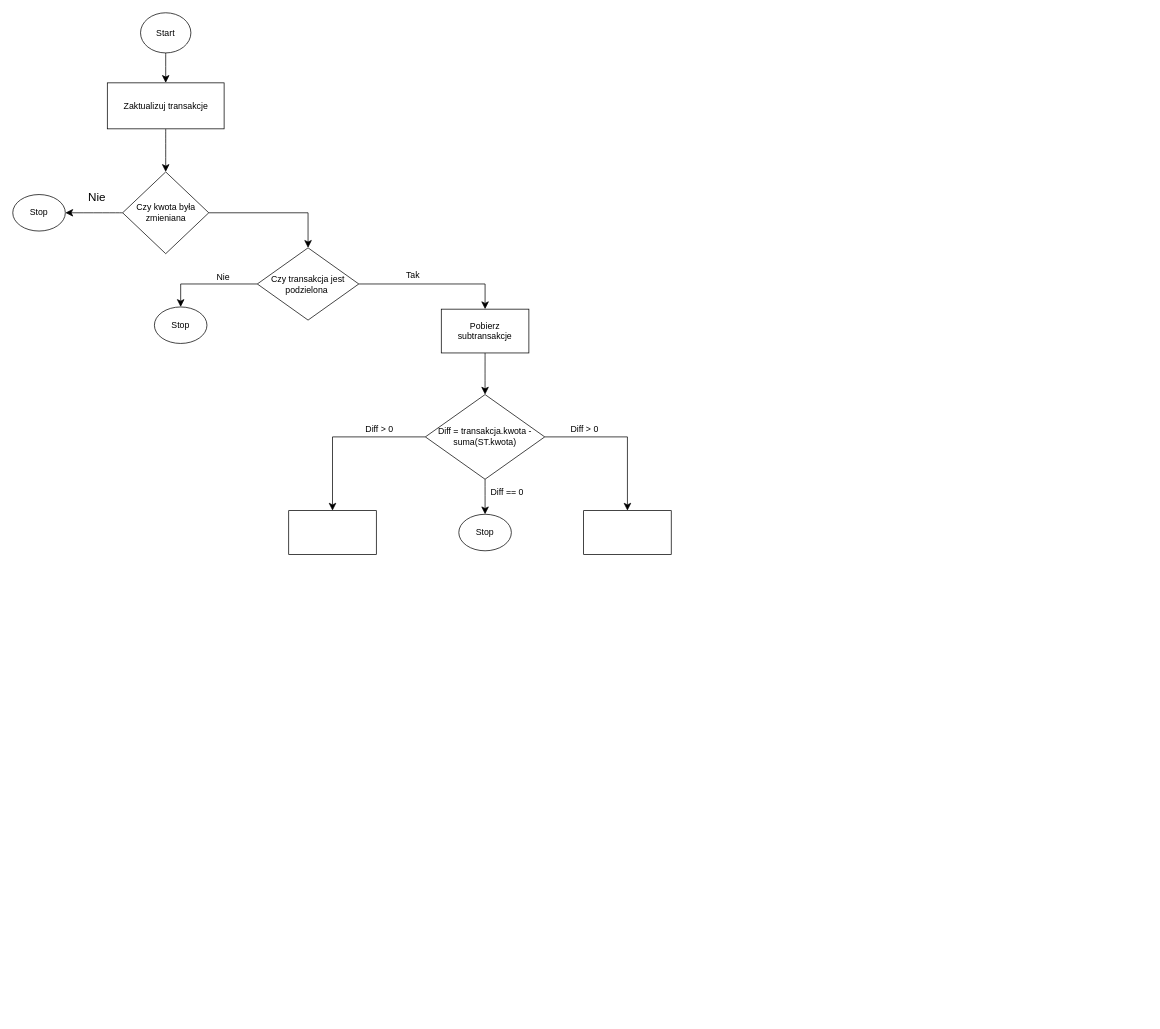
Earlier version of the draw.io diagram UpdateTransacion.drawio (Dymekk208j/Diagrams). Source tidied: cells renumbered, new cells numbered last; positions are measured from the earlier drawing's top-left corner, leaving out a move shared by most shapes. Both pictures are drawn from the tidied source at 73%, with x=0, y=0 at pixel (12, 12).
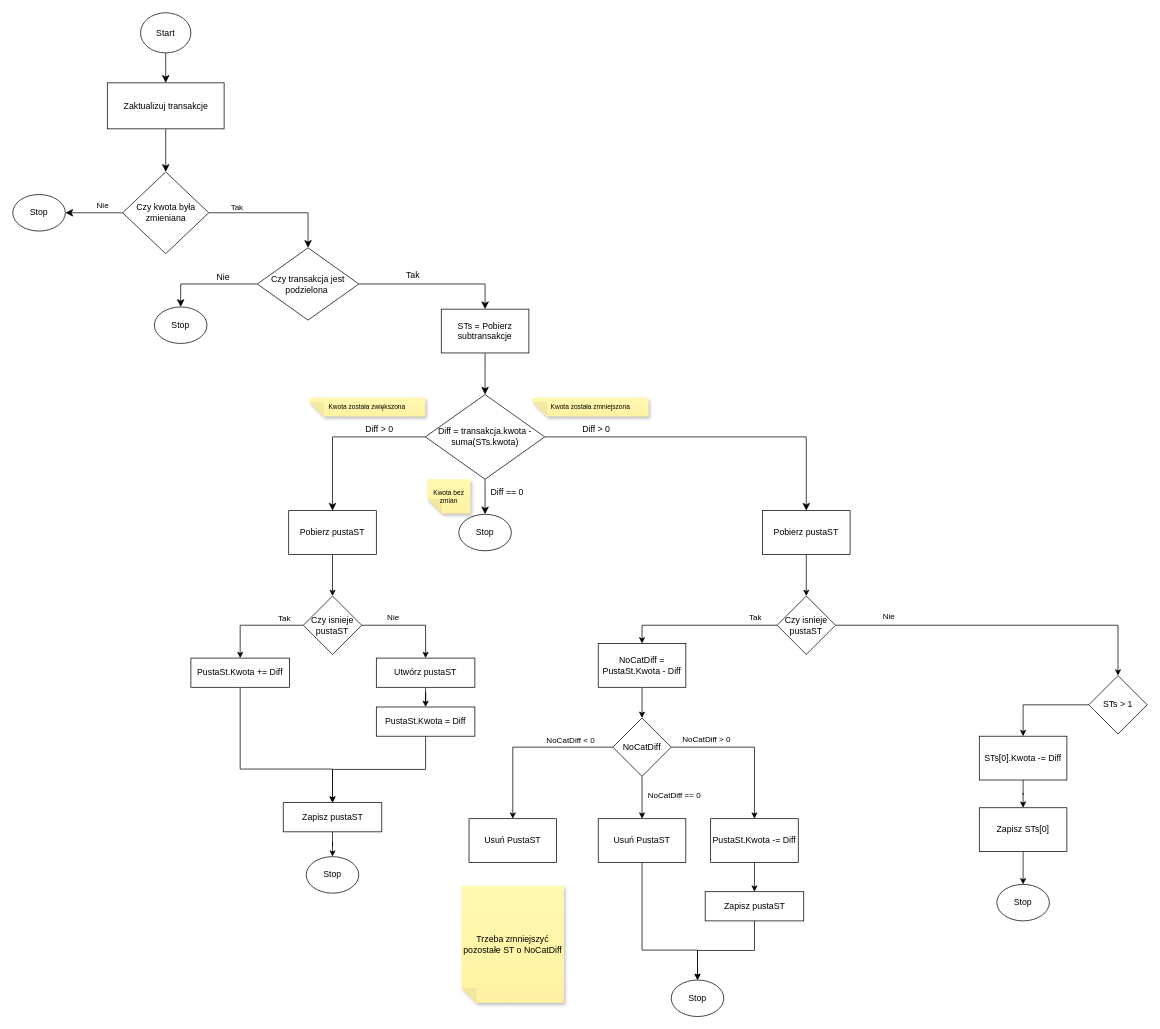
Above is the later version.

The change refers to these unchanged cells:
```xml
<mxCell id="6" style="edgeStyle=none;curved=1;rounded=0;jettySize=auto;html=1;fontSize=12;startSize=8;endSize=8;" parent="1" edge="1" source="8" target="9">
  <mxGeometry relative="1" as="geometry" />
</mxCell>
<mxCell id="7" style="edgeStyle=orthogonalEdgeStyle;rounded=0;jettySize=auto;html=1;entryX=0.5;entryY=0;entryDx=0;entryDy=0;fontSize=12;startSize=8;endSize=8;" parent="1" edge="1" source="8" target="15">
  <mxGeometry relative="1" as="geometry" />
</mxCell>
```

Diff of the diagram source:
```diff
@@
+    <mxCell id="29" value="Nie" style="edgeLabel;html=1;align=center;verticalAlign=middle;" parent="6" vertex="1">
+      <mxGeometry x="-0.24" y="-1" relative="1" as="geometry">
+        <mxPoint x="2" y="-10" as="offset" />
+      </mxGeometry>
+    </mxCell>
@@
+    <mxCell id="30" value="Tak" style="edgeLabel;html=1;align=center;verticalAlign=middle;" parent="7" vertex="1">
+      <mxGeometry x="-0.59" y="-1" relative="1" as="geometry">
+        <mxPoint y="-10" as="offset" />
+      </mxGeometry>
+    </mxCell>
@@
-    <mxCell id="10" value="Nie" style="text;html=1;align=center;verticalAlign=middle;strokeColor=none;fillColor=none;fontSize=16;" parent="1" vertex="1">
-      <mxGeometry x="94" y="237" width="42" height="31" as="geometry" />
-    </mxCell>
@@
-    <mxCell id="18" value="Pobierz subtransakcje" style="whiteSpace=wrap;html=1;" parent="1" vertex="1">
+    <mxCell id="18" value="STs = Pobierz subtransakcje" style="whiteSpace=wrap;html=1;" parent="1" vertex="1">
       <mxGeometry x="587" y="406" width="120" height="60" as="geometry" />
     </mxCell>
@@
-    <mxCell id="21" style="edgeStyle=orthogonalEdgeStyle;rounded=0;jettySize=auto;html=1;entryX=0.5;entryY=0;entryDx=0;entryDy=0;fontSize=12;startSize=8;endSize=8;" parent="1" edge="1" source="25" target="26">
+    <mxCell id="21" style="edgeStyle=orthogonalEdgeStyle;rounded=0;jettySize=auto;html=1;fontSize=12;startSize=8;endSize=8;entryX=0.5;entryY=0;entryDx=0;entryDy=0;" parent="1" edge="1" source="25" target="50">
       <mxGeometry relative="1" as="geometry" />
     </mxCell>
     <mxCell id="22" value="Diff &amp;gt; 0" style="edgeLabel;html=1;align=center;verticalAlign=middle;fontSize=12;" parent="21" vertex="1">
       <mxGeometry x="0.38" y="1" relative="1" as="geometry">
-        <mxPoint x="-61" y="-45" as="offset" />
+        <mxPoint x="-247" y="-10" as="offset" />
       </mxGeometry>
     </mxCell>
@@
-    <mxCell id="25" value="Diff = transakcja.kwota - suma(ST.kwota)" style="rhombus;whiteSpace=wrap;html=1;" parent="1" vertex="1">
+    <mxCell id="25" value="Diff = transakcja.kwota - suma(STs.kwota)" style="rhombus;whiteSpace=wrap;html=1;" parent="1" vertex="1">
       <mxGeometry x="565.2" y="523" width="163.5" height="116" as="geometry" />
     </mxCell>
-    <mxCell id="26" style="whiteSpace=wrap;html=1;" parent="1" vertex="1">
-      <mxGeometry x="782" y="682" width="120" height="60" as="geometry" />
-    </mxCell>
@@
+    <mxCell id="31" style="edgeStyle=orthogonalEdgeStyle;rounded=0;jettySize=auto;html=1;" parent="1" edge="1" source="28" target="39">
+      <mxGeometry relative="1" as="geometry" />
+    </mxCell>
-    <mxCell id="28" style="whiteSpace=wrap;html=1;" parent="1" vertex="1">
+    <mxCell id="28" value="Pobierz pustaST" style="whiteSpace=wrap;html=1;" parent="1" vertex="1">
       <mxGeometry x="378" y="682" width="120" height="60" as="geometry" />
     </mxCell>
+    <mxCell id="32" value="Kwota została zwiększona" style="shape=note;whiteSpace=wrap;html=1;backgroundOutline=1;fontColor=#000000;darkOpacity=0.05;fillColor=#FFF9B2;strokeColor=none;fillStyle=solid;direction=west;gradientDirection=north;gradientColor=#FFF2A1;shadow=1;size=20;fontSize=9;" parent="1" vertex="1">
+      <mxGeometry x="406.2" y="527" width="159" height="26" as="geometry" />
+    </mxCell>
+    <mxCell id="33" value="Kwota została zmniejszona" style="shape=note;whiteSpace=wrap;html=1;backgroundOutline=1;fontColor=#000000;darkOpacity=0.05;fillColor=#FFF9B2;strokeColor=none;fillStyle=solid;direction=west;gradientDirection=north;gradientColor=#FFF2A1;shadow=1;size=20;fontSize=9;" parent="1" vertex="1">
+      <mxGeometry x="712" y="527" width="159" height="26" as="geometry" />
+    </mxCell>
+    <mxCell id="34" value="Kwota bez zmian" style="shape=note;whiteSpace=wrap;html=1;backgroundOutline=1;fontColor=#000000;darkOpacity=0.05;fillColor=#FFF9B2;strokeColor=none;fillStyle=solid;direction=west;gradientDirection=north;gradientColor=#FFF2A1;shadow=1;size=20;fontSize=9;" parent="1" vertex="1">
+      <mxGeometry x="568" y="639" width="59" height="47" as="geometry" />
+    </mxCell>
+    <mxCell id="35" style="edgeStyle=orthogonalEdgeStyle;rounded=0;jettySize=auto;html=1;entryX=0.5;entryY=0;entryDx=0;entryDy=0;" parent="1" edge="1" source="39" target="41">
+      <mxGeometry relative="1" as="geometry" />
+    </mxCell>
+    <mxCell id="36" value="Tak" style="edgeLabel;html=1;align=center;verticalAlign=middle;" parent="35" vertex="1">
+      <mxGeometry x="-0.43" relative="1" as="geometry">
+        <mxPoint x="10" y="-10" as="offset" />
+      </mxGeometry>
+    </mxCell>
+    <mxCell id="37" style="edgeStyle=orthogonalEdgeStyle;rounded=0;jettySize=auto;html=1;entryX=0.5;entryY=0;entryDx=0;entryDy=0;" parent="1" edge="1" source="39" target="45">
+      <mxGeometry relative="1" as="geometry" />
+    </mxCell>
+    <mxCell id="38" value="Nie" style="edgeLabel;html=1;align=center;verticalAlign=middle;" parent="37" vertex="1">
+      <mxGeometry x="-0.5" y="-1" relative="1" as="geometry">
+        <mxPoint x="9" y="-13" as="offset" />
+      </mxGeometry>
+    </mxCell>
+    <mxCell id="39" value="Czy isnieje pustaST" style="rhombus;whiteSpace=wrap;html=1;" parent="1" vertex="1">
+      <mxGeometry x="398" y="799" width="80" height="80" as="geometry" />
+    </mxCell>
+    <mxCell id="40" style="edgeStyle=orthogonalEdgeStyle;rounded=0;jettySize=auto;html=1;" parent="1" edge="1" source="41" target="43">
+      <mxGeometry relative="1" as="geometry">
+        <Array as="points">
+          <mxPoint x="311" y="1036" />
+          <mxPoint x="438" y="1036" />
+        </Array>
+      </mxGeometry>
+    </mxCell>
+    <mxCell id="41" value="PustaSt.Kwota += Diff" style="rounded=0;whiteSpace=wrap;html=1;" parent="1" vertex="1">
+      <mxGeometry x="244" y="884" width="135" height="40" as="geometry" />
+    </mxCell>
+    <mxCell id="42" style="edgeStyle=orthogonalEdgeStyle;rounded=0;jettySize=auto;html=1;" parent="1" edge="1" source="43" target="48">
+      <mxGeometry relative="1" as="geometry" />
+    </mxCell>
+    <mxCell id="43" value="Zapisz pustaST" style="rounded=0;whiteSpace=wrap;html=1;" parent="1" vertex="1">
+      <mxGeometry x="370.5" y="1082" width="135" height="40" as="geometry" />
+    </mxCell>
+    <mxCell id="44" style="edgeStyle=orthogonalEdgeStyle;rounded=0;jettySize=auto;html=1;" parent="1" edge="1" source="45" target="47">
+      <mxGeometry relative="1" as="geometry" />
+    </mxCell>
+    <mxCell id="45" value="Utwórz pustaST" style="rounded=0;whiteSpace=wrap;html=1;" parent="1" vertex="1">
+      <mxGeometry x="498" y="884" width="135" height="40" as="geometry" />
+    </mxCell>
+    <mxCell id="46" style="edgeStyle=orthogonalEdgeStyle;rounded=0;jettySize=auto;html=1;entryX=0.5;entryY=0;entryDx=0;entryDy=0;" parent="1" edge="1" source="47" target="43">
+      <mxGeometry relative="1" as="geometry" />
+    </mxCell>
+    <mxCell id="47" value="PustaSt.Kwota = Diff" style="rounded=0;whiteSpace=wrap;html=1;" parent="1" vertex="1">
+      <mxGeometry x="498" y="951" width="135" height="40" as="geometry" />
+    </mxCell>
+    <mxCell id="48" value="Stop" style="ellipse;whiteSpace=wrap;html=1;" parent="1" vertex="1">
+      <mxGeometry x="402" y="1156" width="72" height="50" as="geometry" />
+    </mxCell>
+    <mxCell id="49" style="edgeStyle=orthogonalEdgeStyle;rounded=0;jettySize=auto;html=1;" parent="1" edge="1" source="50" target="55">
+      <mxGeometry relative="1" as="geometry" />
+    </mxCell>
+    <mxCell id="50" value="Pobierz pustaST" style="whiteSpace=wrap;html=1;" parent="1" vertex="1">
+      <mxGeometry x="1027" y="682" width="120" height="60" as="geometry" />
+    </mxCell>
+    <mxCell id="51" style="edgeStyle=orthogonalEdgeStyle;rounded=0;jettySize=auto;html=1;entryX=0.5;entryY=0;entryDx=0;entryDy=0;" parent="1" edge="1" source="55" target="57">
+      <mxGeometry relative="1" as="geometry" />
+    </mxCell>
+    <mxCell id="52" value="Tak" style="edgeLabel;html=1;align=center;verticalAlign=middle;" parent="51" vertex="1">
+      <mxGeometry x="-0.52" relative="1" as="geometry">
+        <mxPoint x="19" y="-12" as="offset" />
+      </mxGeometry>
+    </mxCell>
+    <mxCell id="53" style="edgeStyle=orthogonalEdgeStyle;rounded=0;jettySize=auto;html=1;entryX=0.5;entryY=0;entryDx=0;entryDy=0;" parent="1" edge="1" source="55" target="75">
+      <mxGeometry relative="1" as="geometry" />
+    </mxCell>
+    <mxCell id="54" value="Nie" style="edgeLabel;html=1;align=center;verticalAlign=middle;" parent="53" vertex="1">
+      <mxGeometry x="-0.25" y="-3" relative="1" as="geometry">
+        <mxPoint x="-99" y="-16" as="offset" />
+      </mxGeometry>
+    </mxCell>
+    <mxCell id="55" value="Czy isnieje pustaST" style="rhombus;whiteSpace=wrap;html=1;" parent="1" vertex="1">
+      <mxGeometry x="1047" y="799" width="80" height="80" as="geometry" />
+    </mxCell>
+    <mxCell id="56" style="edgeStyle=orthogonalEdgeStyle;rounded=0;jettySize=auto;html=1;" parent="1" edge="1" source="57" target="64">
+      <mxGeometry relative="1" as="geometry" />
+    </mxCell>
+    <mxCell id="57" value="NoCatDiff = PustaSt.Kwota - Diff" style="rounded=0;whiteSpace=wrap;html=1;" parent="1" vertex="1">
+      <mxGeometry x="802" y="864" width="120" height="60" as="geometry" />
+    </mxCell>
+    <mxCell id="58" style="edgeStyle=orthogonalEdgeStyle;rounded=0;jettySize=auto;html=1;entryX=0.5;entryY=0;entryDx=0;entryDy=0;" parent="1" edge="1" source="64" target="65">
+      <mxGeometry relative="1" as="geometry" />
+    </mxCell>
+    <mxCell id="59" value="NoCatDiff &amp;lt; 0" style="edgeLabel;html=1;align=center;verticalAlign=middle;" parent="58" vertex="1">
+      <mxGeometry x="-0.36" y="2" relative="1" as="geometry">
+        <mxPoint x="16" y="-12" as="offset" />
+      </mxGeometry>
+    </mxCell>
+    <mxCell id="60" style="edgeStyle=orthogonalEdgeStyle;rounded=0;jettySize=auto;html=1;" parent="1" edge="1" source="64" target="69">
+      <mxGeometry relative="1" as="geometry" />
+    </mxCell>
+    <mxCell id="61" value="NoCatDiff == 0" style="edgeLabel;html=1;align=center;verticalAlign=middle;" parent="60" vertex="1">
+      <mxGeometry x="-0.23" y="-1" relative="1" as="geometry">
+        <mxPoint x="44" y="3" as="offset" />
+      </mxGeometry>
+    </mxCell>
+    <mxCell id="62" style="edgeStyle=orthogonalEdgeStyle;rounded=0;jettySize=auto;html=1;entryX=0.5;entryY=0;entryDx=0;entryDy=0;" parent="1" edge="1" source="64" target="67">
+      <mxGeometry relative="1" as="geometry" />
+    </mxCell>
+    <mxCell id="63" value="NoCatDiff &amp;gt; 0" style="edgeLabel;html=1;align=center;verticalAlign=middle;" parent="62" vertex="1">
+      <mxGeometry x="-0.62" relative="1" as="geometry">
+        <mxPoint x="7" y="-12" as="offset" />
+      </mxGeometry>
+    </mxCell>
+    <mxCell id="64" value="NoCatDiff" style="rhombus;whiteSpace=wrap;html=1;" parent="1" vertex="1">
+      <mxGeometry x="822" y="966" width="80" height="80" as="geometry" />
+    </mxCell>
+    <mxCell id="65" value="Usuń P&lt;span style=&quot;color: light-dark(rgb(0, 0, 0), rgb(255, 255, 255)); background-color: transparent;&quot;&gt;ustaST&lt;/span&gt;" style="rounded=0;whiteSpace=wrap;html=1;" parent="1" vertex="1">
+      <mxGeometry x="625" y="1104" width="120" height="60" as="geometry" />
+    </mxCell>
+    <mxCell id="66" style="edgeStyle=orthogonalEdgeStyle;rounded=0;jettySize=auto;html=1;" parent="1" edge="1" source="67" target="71">
+      <mxGeometry relative="1" as="geometry" />
+    </mxCell>
+    <mxCell id="67" value="PustaSt.Kwota -= Diff" style="rounded=0;whiteSpace=wrap;html=1;" parent="1" vertex="1">
+      <mxGeometry x="956" y="1104" width="120" height="60" as="geometry" />
+    </mxCell>
+    <mxCell id="68" style="edgeStyle=orthogonalEdgeStyle;rounded=0;jettySize=auto;html=1;" parent="1" edge="1" source="69" target="72">
+      <mxGeometry relative="1" as="geometry">
+        <Array as="points">
+          <mxPoint x="862" y="1284" />
+          <mxPoint x="938" y="1284" />
+        </Array>
+      </mxGeometry>
+    </mxCell>
+    <mxCell id="69" value="Usuń P&lt;span style=&quot;background-color: transparent; color: light-dark(rgb(0, 0, 0), rgb(255, 255, 255));&quot;&gt;ustaST&lt;/span&gt;" style="rounded=0;whiteSpace=wrap;html=1;" parent="1" vertex="1">
+      <mxGeometry x="802" y="1104" width="120" height="60" as="geometry" />
+    </mxCell>
+    <mxCell id="70" style="edgeStyle=orthogonalEdgeStyle;rounded=0;jettySize=auto;html=1;" parent="1" edge="1" source="71" target="72">
+      <mxGeometry relative="1" as="geometry" />
+    </mxCell>
+    <mxCell id="71" value="Zapisz pustaST" style="rounded=0;whiteSpace=wrap;html=1;" parent="1" vertex="1">
+      <mxGeometry x="948.5" y="1204" width="135" height="40" as="geometry" />
+    </mxCell>
+    <mxCell id="72" value="Stop" style="ellipse;whiteSpace=wrap;html=1;" parent="1" vertex="1">
+      <mxGeometry x="902" y="1325" width="72" height="50" as="geometry" />
+    </mxCell>
+    <mxCell id="73" value="Trzeba zmniejszyć pozostałe ST o NoCatDiff" style="shape=note;whiteSpace=wrap;html=1;backgroundOutline=1;fontColor=#000000;darkOpacity=0.05;fillColor=#FFF9B2;strokeColor=none;fillStyle=solid;direction=west;gradientDirection=north;gradientColor=#FFF2A1;shadow=1;size=20;" parent="1" vertex="1">
+      <mxGeometry x="615" y="1196" width="140" height="160" as="geometry" />
+    </mxCell>
+    <mxCell id="74" style="edgeStyle=orthogonalEdgeStyle;rounded=0;jettySize=auto;html=1;" parent="1" edge="1" source="75" target="77">
+      <mxGeometry relative="1" as="geometry" />
+    </mxCell>
+    <mxCell id="75" value="STs &amp;gt; 1" style="rhombus;whiteSpace=wrap;html=1;" parent="1" vertex="1">
+      <mxGeometry x="1474" y="908" width="80" height="80" as="geometry" />
+    </mxCell>
+    <mxCell id="76" style="edgeStyle=orthogonalEdgeStyle;rounded=0;jettySize=auto;html=1;" parent="1" edge="1" source="77" target="79">
+      <mxGeometry relative="1" as="geometry" />
+    </mxCell>
+    <mxCell id="77" value="STs[0].Kwota -= Diff" style="whiteSpace=wrap;html=1;" parent="1" vertex="1">
+      <mxGeometry x="1324" y="991" width="120" height="60" as="geometry" />
+    </mxCell>
+    <mxCell id="78" style="edgeStyle=orthogonalEdgeStyle;rounded=0;jettySize=auto;html=1;" parent="1" edge="1" source="79" target="80">
+      <mxGeometry relative="1" as="geometry" />
+    </mxCell>
+    <mxCell id="79" value="Zapisz STs[0]" style="whiteSpace=wrap;html=1;" parent="1" vertex="1">
+      <mxGeometry x="1324" y="1089" width="120" height="60" as="geometry" />
+    </mxCell>
+    <mxCell id="80" value="Stop" style="ellipse;whiteSpace=wrap;html=1;" parent="1" vertex="1">
+      <mxGeometry x="1348" y="1194" width="72" height="50" as="geometry" />
+    </mxCell>
```
